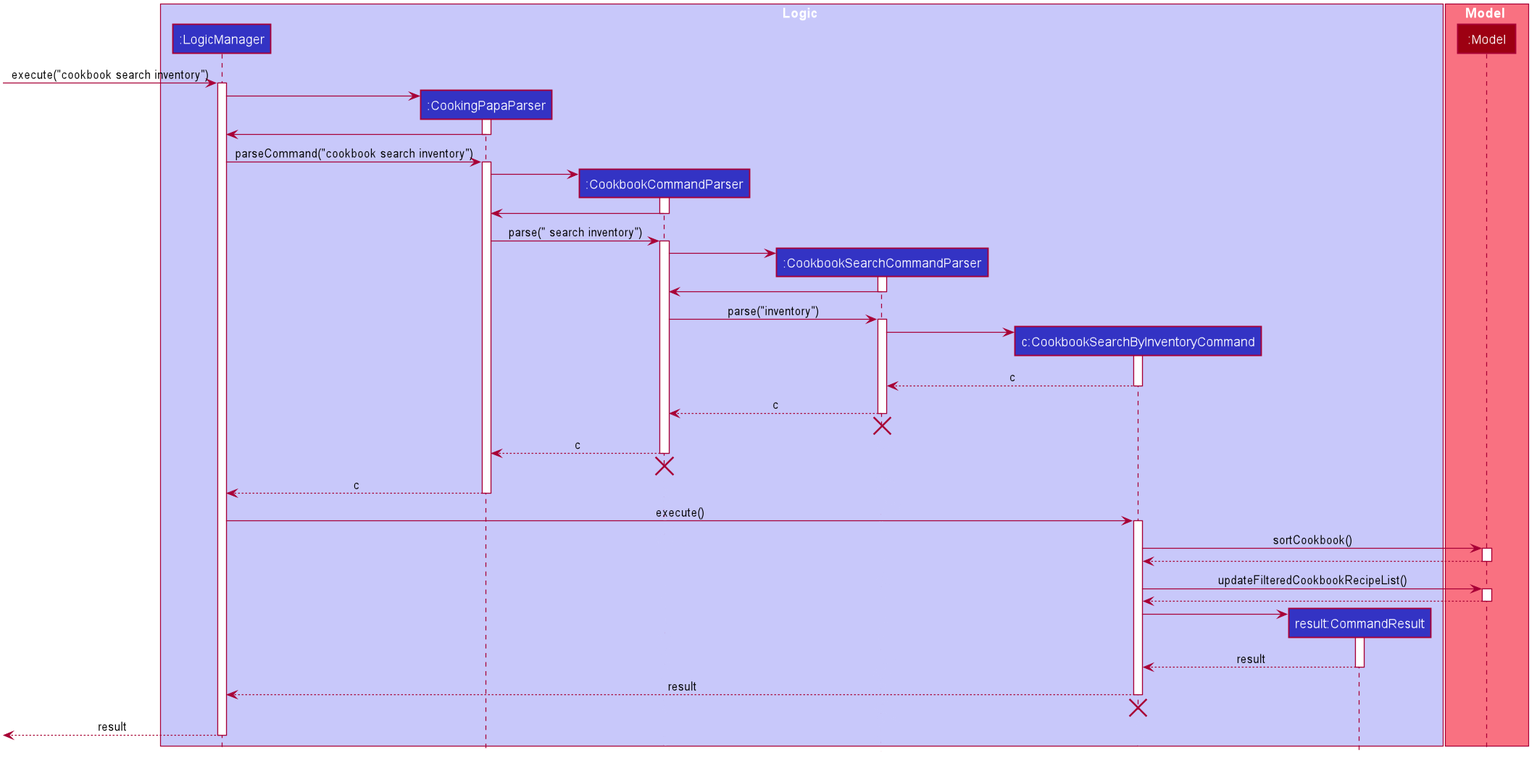
Before: docs/images/CookbookSearchByInventorySequenceDiagram.png, a diagram exported from PlantUML (tzihiang/main).
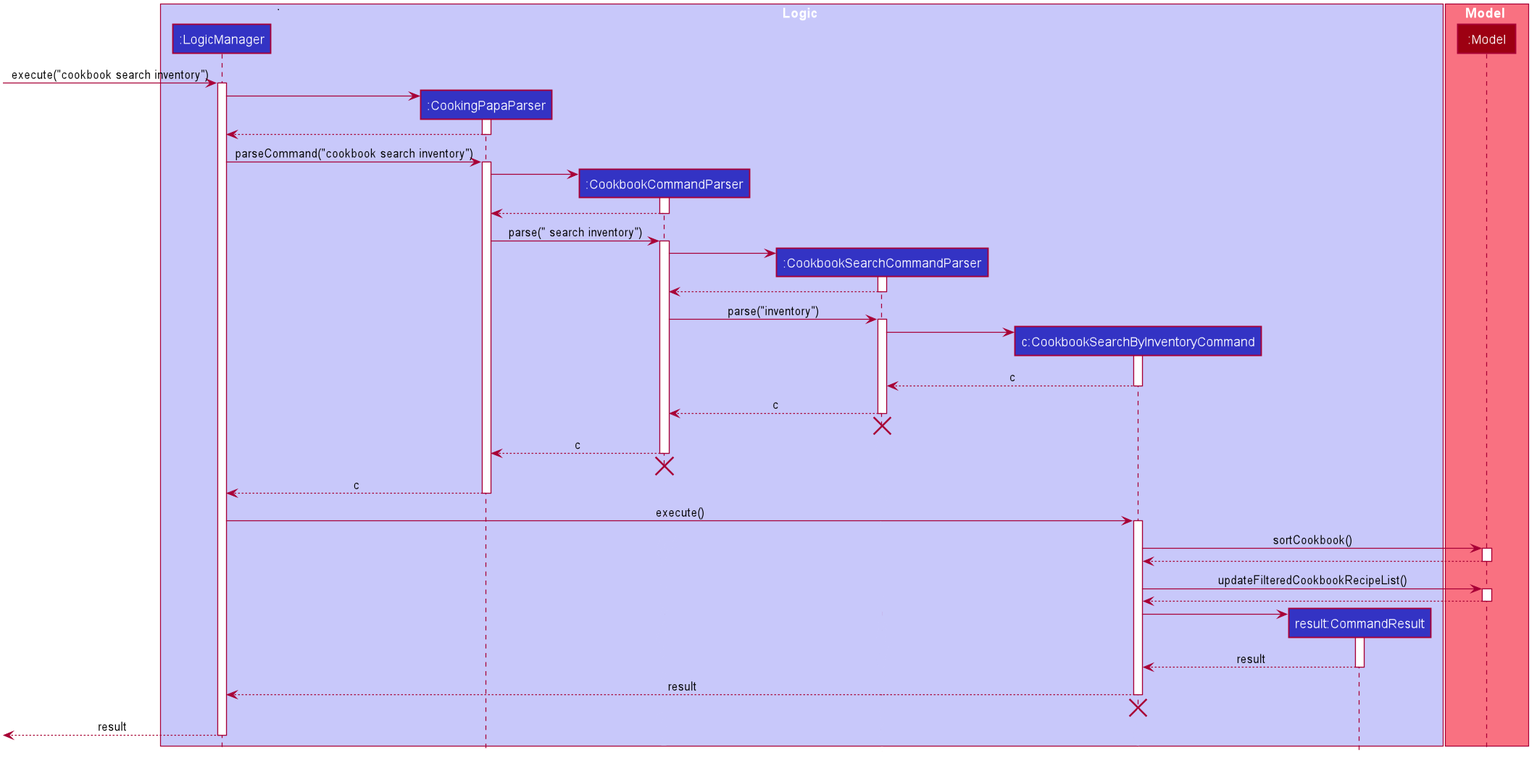
After the commit.

Commit message:
Edit sequence diagram

Change to the diagram source:
```diff
@@ -68,7 +68,7 @@
 LogicManager -> CookingPapaParser
 activate CookingPapaParser
 
-CookingPapaParser -> LogicManager
+CookingPapaParser --> LogicManager
 deactivate CookingPapaParser
 
 LogicManager -> CookingPapaParser : parseCommand("cookbook search inventory")
@@ -78,7 +78,7 @@
 CookingPapaParser -> CookbookCommandParser
 activate CookbookCommandParser
 
-CookbookCommandParser -> CookingPapaParser
+CookbookCommandParser --> CookingPapaParser
 deactivate CookbookCommandParser
 
 CookingPapaParser -> CookbookCommandParser : parse(" search inventory")
@@ -88,7 +88,7 @@
 CookbookCommandParser -> CookbookSearchCommandParser
 activate CookbookSearchCommandParser
 
-CookbookSearchCommandParser -> CookbookCommandParser
+CookbookSearchCommandParser --> CookbookCommandParser
 deactivate CookbookSearchCommandParser
 
 CookbookCommandParser -> CookbookSearchCommandParser : parse("inventory")
```
